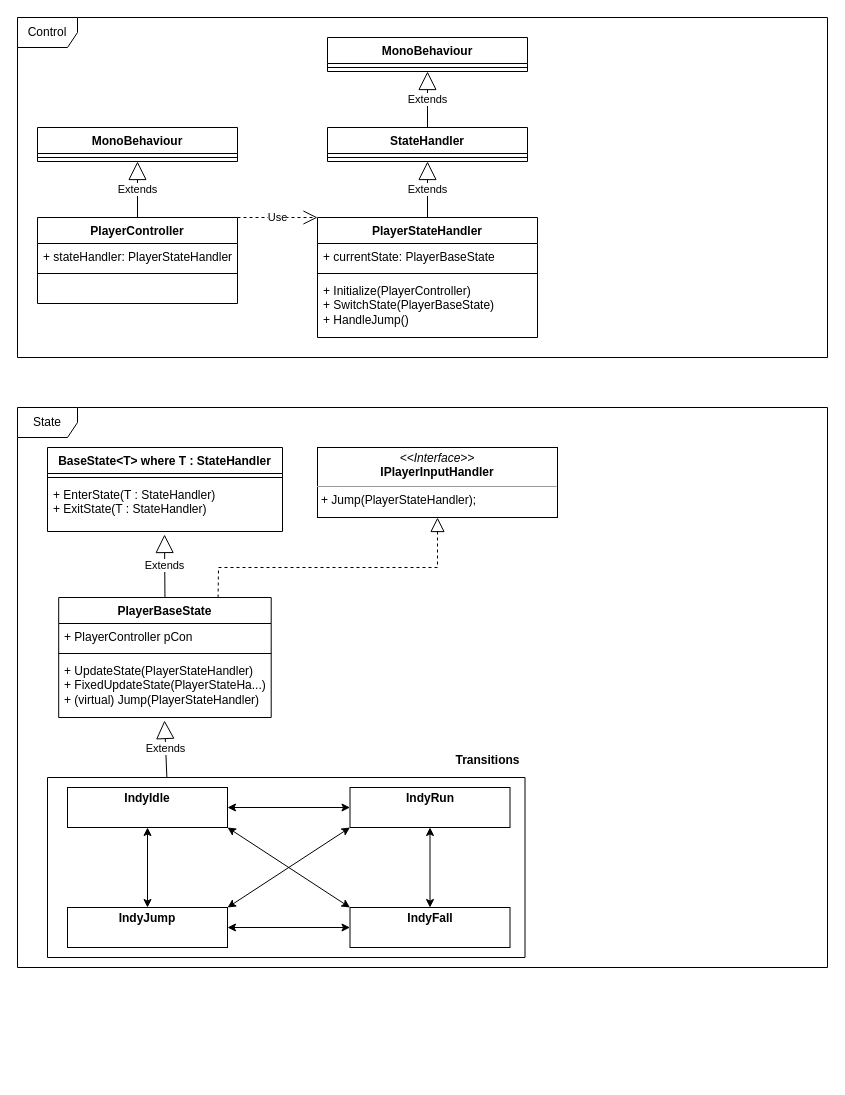
Before: UML's/StateMachineUML.drawio in Contraband-Software/Unity2D-Tutorial, a draw.io diagram. Source tidied: cells renumbered, new cells numbered last; positions are measured from the earlier drawing's top-left corner, leaving out a move shared by most shapes. Both pictures are drawn from the tidied source at 100%, with x=0, y=0 at pixel (17, 17).
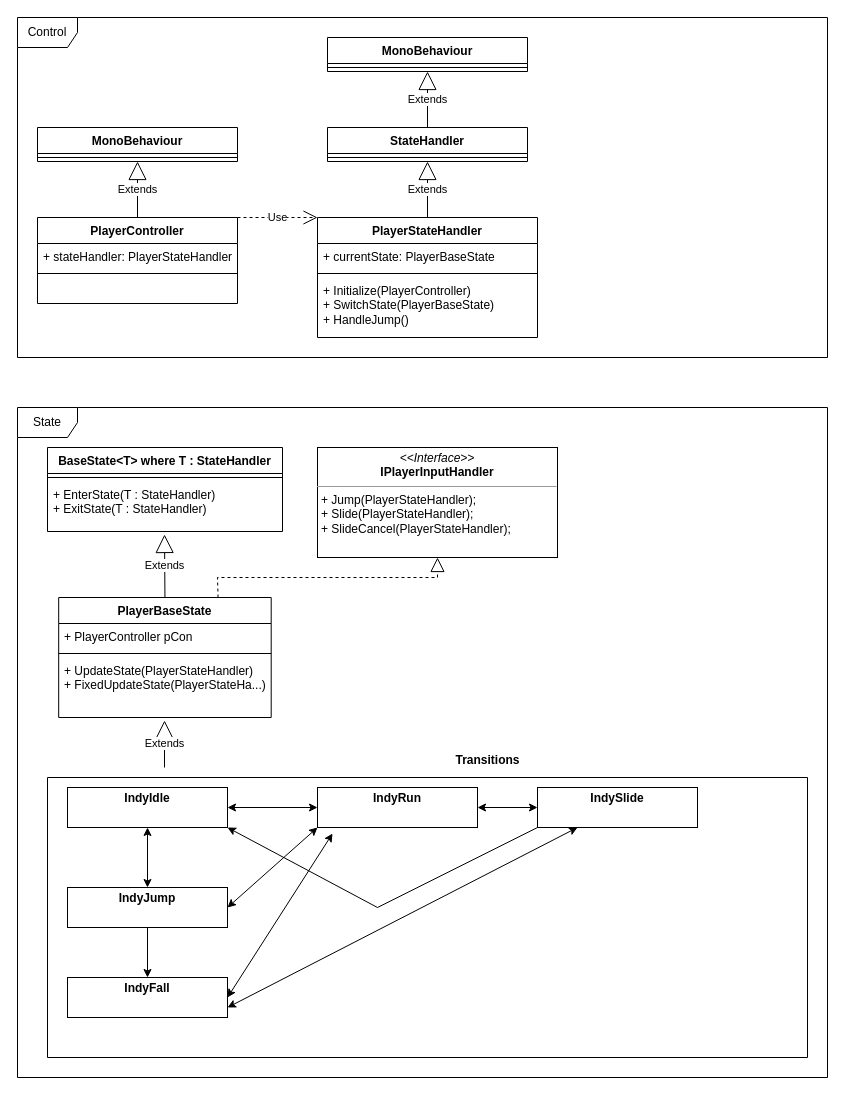
The same page after the edit.

The change refers to these unchanged cells:
```xml
<mxCell id="21" value="PlayerBaseState" style="swimlane;fontStyle=1;align=center;verticalAlign=top;horizontal=1;startSize=26;whiteSpace=wrap;html=1;" parent="1" vertex="1">
  <mxGeometry x="41.2" y="580" width="212.5" height="120" as="geometry" />
</mxCell>
<mxCell id="31" value="&lt;p style=&quot;margin: 4px 0px 0px;&quot;&gt;&lt;b style=&quot;background-color: initial;&quot;&gt;IndyIdle&lt;/b&gt;&lt;br&gt;&lt;/p&gt;&lt;p style=&quot;margin:0px;margin-left:4px;&quot;&gt;&lt;br&gt;&lt;/p&gt;" style="verticalAlign=top;align=center;overflow=fill;fontSize=12;fontFamily=Helvetica;html=1;whiteSpace=wrap;" parent="1" vertex="1">
  <mxGeometry x="50" y="770" width="160" height="40" as="geometry" />
</mxCell>
```

What changed in the source:
```diff
@@
-    <mxCell id="24" value="+ UpdateState(PlayerStateHandler)&lt;br&gt;+ FixedUpdateState(PlayerStateHa...)&lt;br&gt;+ (virtual) Jump(PlayerStateHandler)" style="text;strokeColor=none;fillColor=none;align=left;verticalAlign=top;spacingLeft=4;spacingRight=4;overflow=hidden;points=[[0,0.5],[1,0.5]];portConstraint=eastwest;whiteSpace=wrap;html=1;" parent="21" vertex="1">
+    <mxCell id="24" value="+ UpdateState(PlayerStateHandler)&lt;br&gt;+ FixedUpdateState(PlayerStateHa...)" style="text;strokeColor=none;fillColor=none;align=left;verticalAlign=top;spacingLeft=4;spacingRight=4;overflow=hidden;points=[[0,0.5],[1,0.5]];portConstraint=eastwest;whiteSpace=wrap;html=1;" parent="21" vertex="1">
       <mxGeometry y="60" width="212.5" height="60" as="geometry" />
     </mxCell>
@@
-    <mxCell id="29" value="&lt;p style=&quot;margin:0px;margin-top:4px;text-align:center;&quot;&gt;&lt;i&gt;&amp;lt;&amp;lt;Interface&amp;gt;&amp;gt;&lt;/i&gt;&lt;br&gt;&lt;b&gt;IPlayerInputHandler&lt;/b&gt;&lt;/p&gt;&lt;hr size=&quot;1&quot;&gt;&lt;p style=&quot;margin:0px;margin-left:4px;&quot;&gt;+&amp;nbsp;Jump(PlayerStateHandler);&lt;/p&gt;" style="verticalAlign=top;align=left;overflow=fill;fontSize=12;fontFamily=Helvetica;html=1;whiteSpace=wrap;" parent="1" vertex="1">
-      <mxGeometry x="300" y="430" width="240" height="70" as="geometry" />
+    <mxCell id="29" value="&lt;p style=&quot;margin:0px;margin-top:4px;text-align:center;&quot;&gt;&lt;i&gt;&amp;lt;&amp;lt;Interface&amp;gt;&amp;gt;&lt;/i&gt;&lt;br&gt;&lt;b&gt;IPlayerInputHandler&lt;/b&gt;&lt;/p&gt;&lt;hr size=&quot;1&quot;&gt;&lt;p style=&quot;margin:0px;margin-left:4px;&quot;&gt;+&amp;nbsp;Jump(PlayerStateHandler);&lt;/p&gt;&lt;p style=&quot;margin:0px;margin-left:4px;&quot;&gt;+ Slide(PlayerStateHandler);&lt;/p&gt;&lt;p style=&quot;margin:0px;margin-left:4px;&quot;&gt;+ SlideCancel(PlayerStateHandler);&lt;/p&gt;" style="verticalAlign=top;align=left;overflow=fill;fontSize=12;fontFamily=Helvetica;html=1;whiteSpace=wrap;" parent="1" vertex="1">
+      <mxGeometry x="300" y="430" width="240" height="110" as="geometry" />
     </mxCell>
     <mxCell id="30" style="endArrow=block;dashed=1;endFill=0;endSize=12;html=1;rounded=0;exitX=0.75;exitY=0;exitDx=0;exitDy=0;entryX=0.5;entryY=1;entryDx=0;entryDy=0;" parent="1" edge="1" source="21" target="29">
       <mxGeometry relative="1" as="geometry">
         <Array as="points">
-          <mxPoint x="201" y="550" />
-          <mxPoint x="420" y="550" />
+          <mxPoint x="200" y="560" />
+          <mxPoint x="420" y="560" />
         </Array>
       </mxGeometry>
     </mxCell>
@@
-    <mxCell id="32" value="&lt;p style=&quot;margin: 4px 0px 0px;&quot;&gt;&lt;b style=&quot;background-color: initial;&quot;&gt;IndyJump&lt;/b&gt;&lt;br&gt;&lt;/p&gt;&lt;p style=&quot;margin:0px;margin-left:4px;&quot;&gt;&lt;br&gt;&lt;/p&gt;" style="verticalAlign=top;align=center;overflow=fill;fontSize=12;fontFamily=Helvetica;html=1;whiteSpace=wrap;" parent="1" vertex="1">
-      <mxGeometry x="50" y="890" width="160" height="40" as="geometry" />
-    </mxCell>
-    <mxCell id="33" value="&lt;p style=&quot;margin: 4px 0px 0px;&quot;&gt;&lt;b style=&quot;background-color: initial;&quot;&gt;IndyFall&lt;/b&gt;&lt;br&gt;&lt;/p&gt;&lt;p style=&quot;margin:0px;margin-left:4px;&quot;&gt;&lt;br&gt;&lt;/p&gt;" style="verticalAlign=top;align=center;overflow=fill;fontSize=12;fontFamily=Helvetica;html=1;whiteSpace=wrap;" parent="1" vertex="1">
-      <mxGeometry x="332.5" y="890" width="160" height="40" as="geometry" />
-    </mxCell>
-    <mxCell id="34" value="&lt;p style=&quot;margin: 4px 0px 0px;&quot;&gt;&lt;b style=&quot;background-color: initial;&quot;&gt;IndyRun&lt;/b&gt;&lt;br&gt;&lt;/p&gt;&lt;p style=&quot;margin:0px;margin-left:4px;&quot;&gt;&lt;br&gt;&lt;/p&gt;" style="verticalAlign=top;align=center;overflow=fill;fontSize=12;fontFamily=Helvetica;html=1;whiteSpace=wrap;" parent="1" vertex="1">
-      <mxGeometry x="332.5" y="770" width="160" height="40" as="geometry" />
-    </mxCell>
     <mxCell id="35" value="State" style="shape=umlFrame;whiteSpace=wrap;html=1;" parent="1" vertex="1">
-      <mxGeometry y="390" width="810" height="560" as="geometry" />
+      <mxGeometry y="390" width="810" height="670" as="geometry" />
     </mxCell>
     <mxCell id="36" style="swimlane;startSize=0;" parent="1" vertex="1">
-      <mxGeometry x="30" y="760" width="477.5" height="180" as="geometry" />
+      <mxGeometry x="30" y="760" width="760" height="280" as="geometry" />
     </mxCell>
+    <mxCell id="34" value="&lt;p style=&quot;margin: 4px 0px 0px;&quot;&gt;&lt;b style=&quot;background-color: initial;&quot;&gt;IndyRun&lt;/b&gt;&lt;br&gt;&lt;/p&gt;&lt;p style=&quot;margin:0px;margin-left:4px;&quot;&gt;&lt;br&gt;&lt;/p&gt;" style="verticalAlign=top;align=center;overflow=fill;fontSize=12;fontFamily=Helvetica;html=1;whiteSpace=wrap;" parent="36" vertex="1">
+      <mxGeometry x="270" y="10" width="160" height="40" as="geometry" />
+    </mxCell>
+    <mxCell id="45" value="&lt;p style=&quot;margin: 4px 0px 0px;&quot;&gt;&lt;b style=&quot;background-color: initial;&quot;&gt;IndySlide&lt;/b&gt;&lt;/p&gt;&lt;p style=&quot;margin:0px;margin-left:4px;&quot;&gt;&lt;br&gt;&lt;/p&gt;" style="verticalAlign=top;align=center;overflow=fill;fontSize=12;fontFamily=Helvetica;html=1;whiteSpace=wrap;" parent="36" vertex="1">
+      <mxGeometry x="490" y="10" width="160" height="40" as="geometry" />
+    </mxCell>
+    <mxCell id="46" style="endArrow=classic;startArrow=classic;html=1;rounded=0;exitX=1;exitY=0.5;exitDx=0;exitDy=0;entryX=0;entryY=0.5;entryDx=0;entryDy=0;" parent="36" edge="1" source="34" target="45">
+      <mxGeometry relative="1" as="geometry" />
+    </mxCell>
+    <mxCell id="33" value="&lt;p style=&quot;margin: 4px 0px 0px;&quot;&gt;&lt;b style=&quot;background-color: initial;&quot;&gt;IndyFall&lt;/b&gt;&lt;br&gt;&lt;/p&gt;&lt;p style=&quot;margin:0px;margin-left:4px;&quot;&gt;&lt;br&gt;&lt;/p&gt;" style="verticalAlign=top;align=center;overflow=fill;fontSize=12;fontFamily=Helvetica;html=1;whiteSpace=wrap;" parent="36" vertex="1">
+      <mxGeometry x="20" y="200" width="160" height="40" as="geometry" />
+    </mxCell>
+    <mxCell id="47" style="edgeStyle=orthogonalEdgeStyle;rounded=0;jettySize=auto;html=1;exitX=0.5;exitY=1;exitDx=0;exitDy=0;entryX=0.5;entryY=0;entryDx=0;entryDy=0;" parent="36" edge="1" source="32" target="33">
+      <mxGeometry relative="1" as="geometry" />
+    </mxCell>
+    <mxCell id="32" value="&lt;p style=&quot;margin: 4px 0px 0px;&quot;&gt;&lt;b style=&quot;background-color: initial;&quot;&gt;IndyJump&lt;/b&gt;&lt;br&gt;&lt;/p&gt;&lt;p style=&quot;margin:0px;margin-left:4px;&quot;&gt;&lt;br&gt;&lt;/p&gt;" style="verticalAlign=top;align=center;overflow=fill;fontSize=12;fontFamily=Helvetica;html=1;whiteSpace=wrap;" parent="36" vertex="1">
+      <mxGeometry x="20" y="110" width="160" height="40" as="geometry" />
+    </mxCell>
+    <mxCell id="39" style="endArrow=classic;startArrow=classic;html=1;rounded=0;exitX=1;exitY=0.5;exitDx=0;exitDy=0;entryX=0;entryY=1;entryDx=0;entryDy=0;" parent="36" edge="1" source="32" target="34">
+      <mxGeometry relative="1" as="geometry" />
+    </mxCell>
+    <mxCell id="41" style="endArrow=classic;startArrow=classic;html=1;rounded=0;exitX=1;exitY=0.5;exitDx=0;exitDy=0;entryX=0.094;entryY=1.15;entryDx=0;entryDy=0;entryPerimeter=0;" parent="36" edge="1" source="33" target="34">
+      <mxGeometry relative="1" as="geometry" />
+    </mxCell>
+    <mxCell id="48" style="endArrow=classic;startArrow=classic;html=1;rounded=0;exitX=1;exitY=0.75;exitDx=0;exitDy=0;entryX=0.25;entryY=1;entryDx=0;entryDy=0;" parent="36" edge="1" source="33" target="45">
+      <mxGeometry relative="1" as="geometry" />
+    </mxCell>
-    <mxCell id="37" value="Extends" style="endArrow=block;endSize=16;endFill=0;html=1;rounded=0;entryX=0.498;entryY=1.05;entryDx=0;entryDy=0;entryPerimeter=0;exitX=0.25;exitY=0;exitDx=0;exitDy=0;" parent="1" edge="1" source="36" target="24">
-      <mxGeometry relative="1" as="geometry" />
+    <mxCell id="37" value="Extends" style="endArrow=block;endSize=16;endFill=0;html=1;rounded=0;entryX=0.498;entryY=1.05;entryDx=0;entryDy=0;entryPerimeter=0;" parent="1" edge="1" target="24">
+      <mxGeometry relative="1" as="geometry">
+        <mxPoint x="147" y="750" as="sourcePoint" />
+      </mxGeometry>
     </mxCell>
@@
-    <mxCell id="39" style="endArrow=classic;startArrow=classic;html=1;rounded=0;exitX=1;exitY=0;exitDx=0;exitDy=0;entryX=0;entryY=1;entryDx=0;entryDy=0;" parent="1" edge="1" source="32" target="34">
-      <mxGeometry relative="1" as="geometry" />
-    </mxCell>
-    <mxCell id="40" style="endArrow=classic;startArrow=classic;html=1;rounded=0;exitX=1;exitY=1;exitDx=0;exitDy=0;entryX=0;entryY=0;entryDx=0;entryDy=0;" parent="1" edge="1" source="31" target="33">
-      <mxGeometry relative="1" as="geometry" />
-    </mxCell>
-    <mxCell id="41" style="endArrow=classic;startArrow=classic;html=1;rounded=0;exitX=0.5;exitY=0;exitDx=0;exitDy=0;entryX=0.5;entryY=1;entryDx=0;entryDy=0;" parent="1" edge="1" source="33" target="34">
-      <mxGeometry relative="1" as="geometry" />
-    </mxCell>
@@
-    <mxCell id="44" style="endArrow=classic;startArrow=classic;html=1;rounded=0;exitX=0;exitY=0.5;exitDx=0;exitDy=0;entryX=1;entryY=0.5;entryDx=0;entryDy=0;" parent="1" edge="1" source="33" target="32">
-      <mxGeometry relative="1" as="geometry" />
-    </mxCell>
+    <mxCell id="49" style="rounded=0;jettySize=auto;html=1;exitX=0;exitY=1;exitDx=0;exitDy=0;entryX=1;entryY=1;entryDx=0;entryDy=0;" parent="1" edge="1" source="45" target="31">
+      <mxGeometry relative="1" as="geometry">
+        <Array as="points">
+          <mxPoint x="360" y="890" />
+        </Array>
+      </mxGeometry>
+    </mxCell>
```
